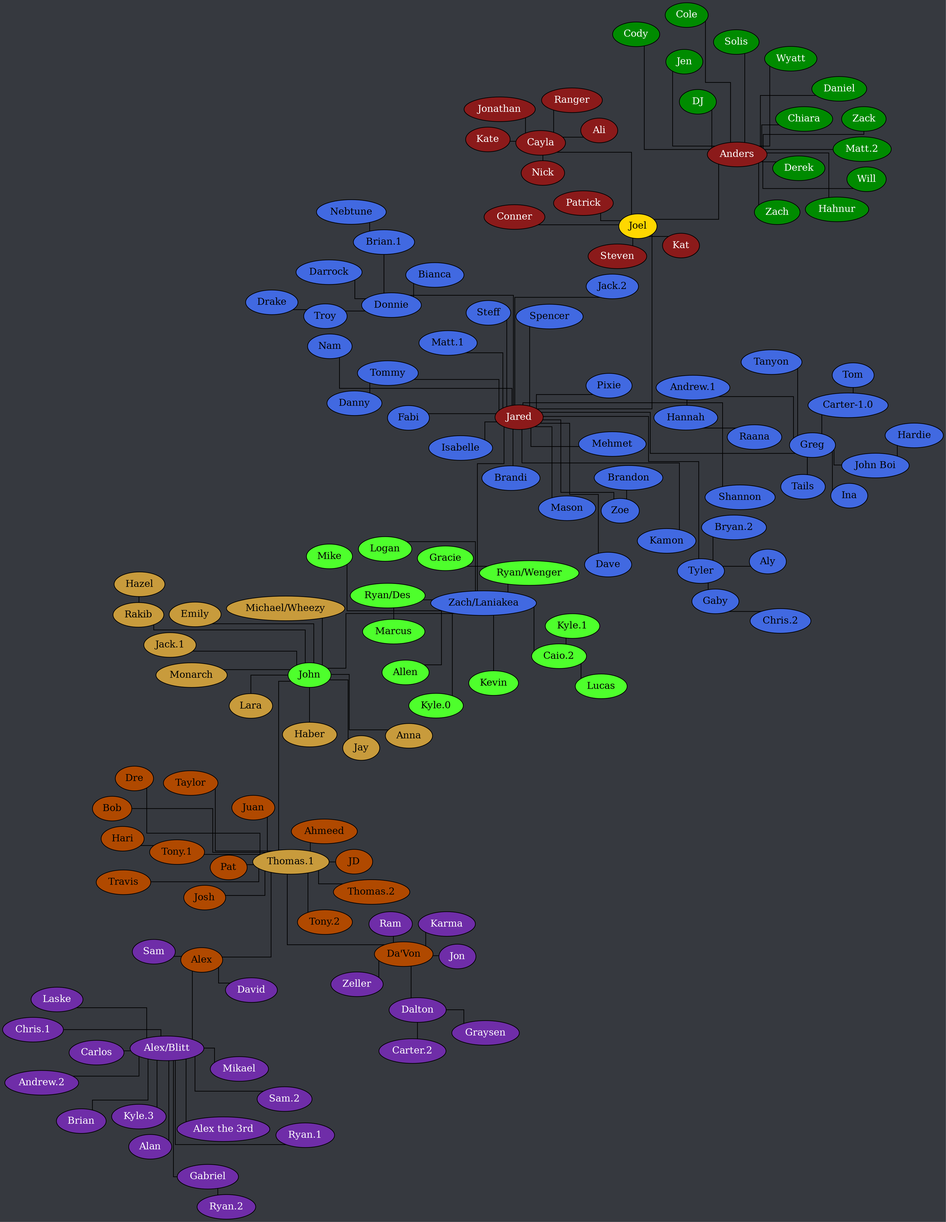
Documidas/CoronaCatzFamilyTree keeps this Graphviz diagram as tree.png. Above is the earlier version. Its source is kept beside it as tree.dot.
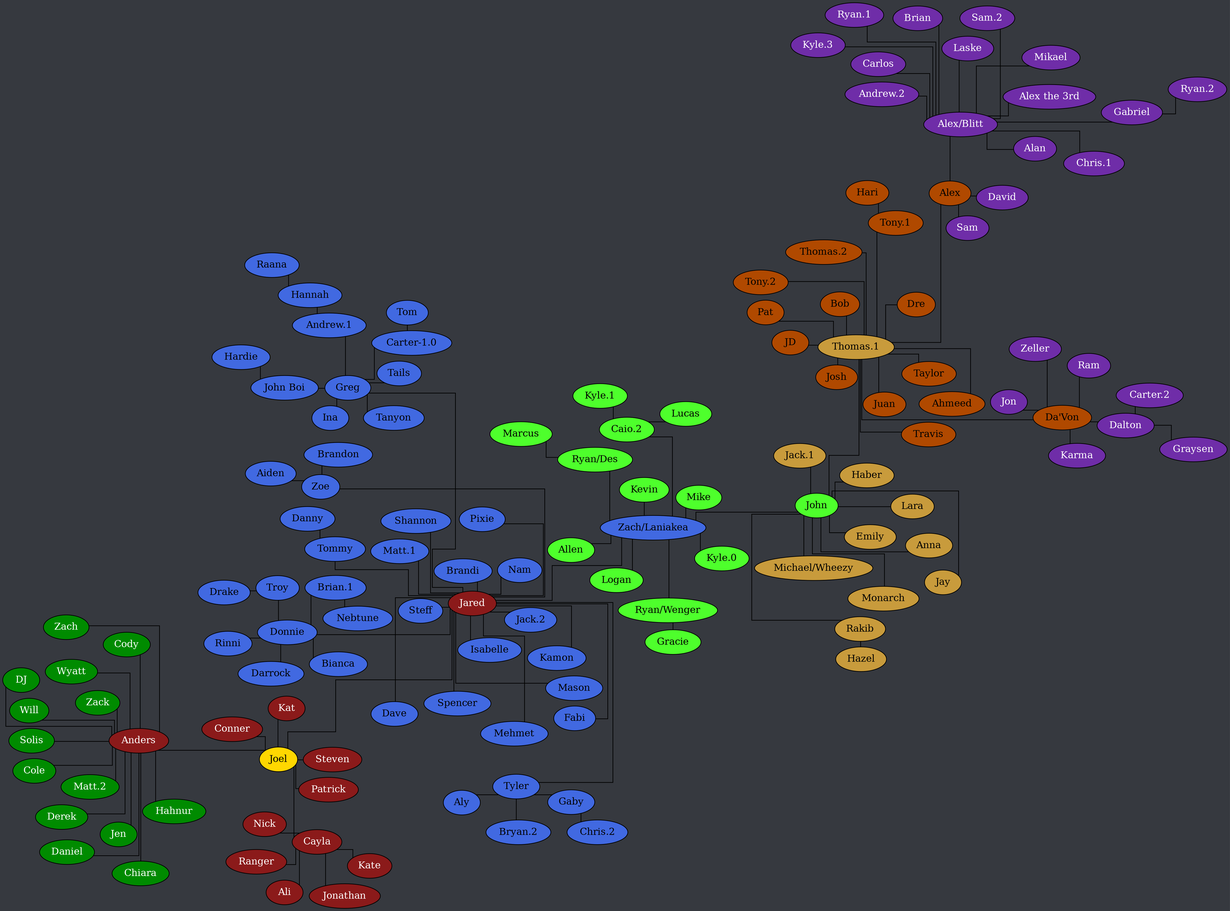
After the change.

Commit message:
Add Aiden, Rinni

Diff of the diagram source:
```diff
@@ -57,6 +57,7 @@
 		Donnie -- Bianca;
 		Donnie -- "Brian.1";
 		Donnie -- Darrock;
+		Donnie -- Rinni;
 		Donnie -- Troy;
 		Gaby -- "Chris.2";
 		Greg -- "Andrew.1";
@@ -92,6 +93,7 @@
 		Tyler -- Aly;
 		Tyler -- "Bryan.2";
 		Tyler -- Gaby;
+		Zoe -- Aiden;
 		Zoe -- Brandon;
 	}
 
```
